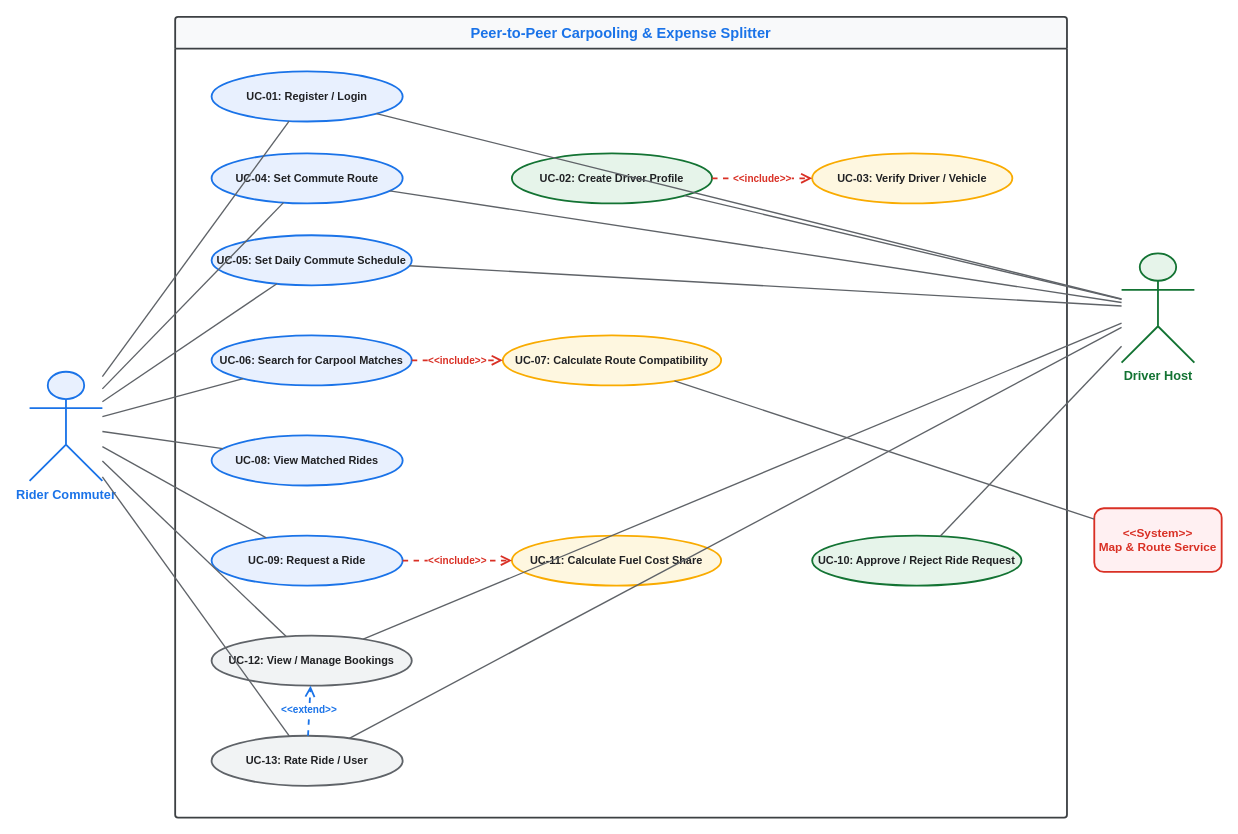
Earlier version of the draw.io diagram Lab1/use-case-diagram.drawio (saathviksp/SE-Labs-PES1UG24CS394). Source tidied: cells renumbered, new cells numbered last; positions are measured from the earlier drawing's top-left corner, leaving out a move shared by most shapes. Both pictures are drawn from the tidied source at 91%, with x=0, y=0 at pixel (29, 16).
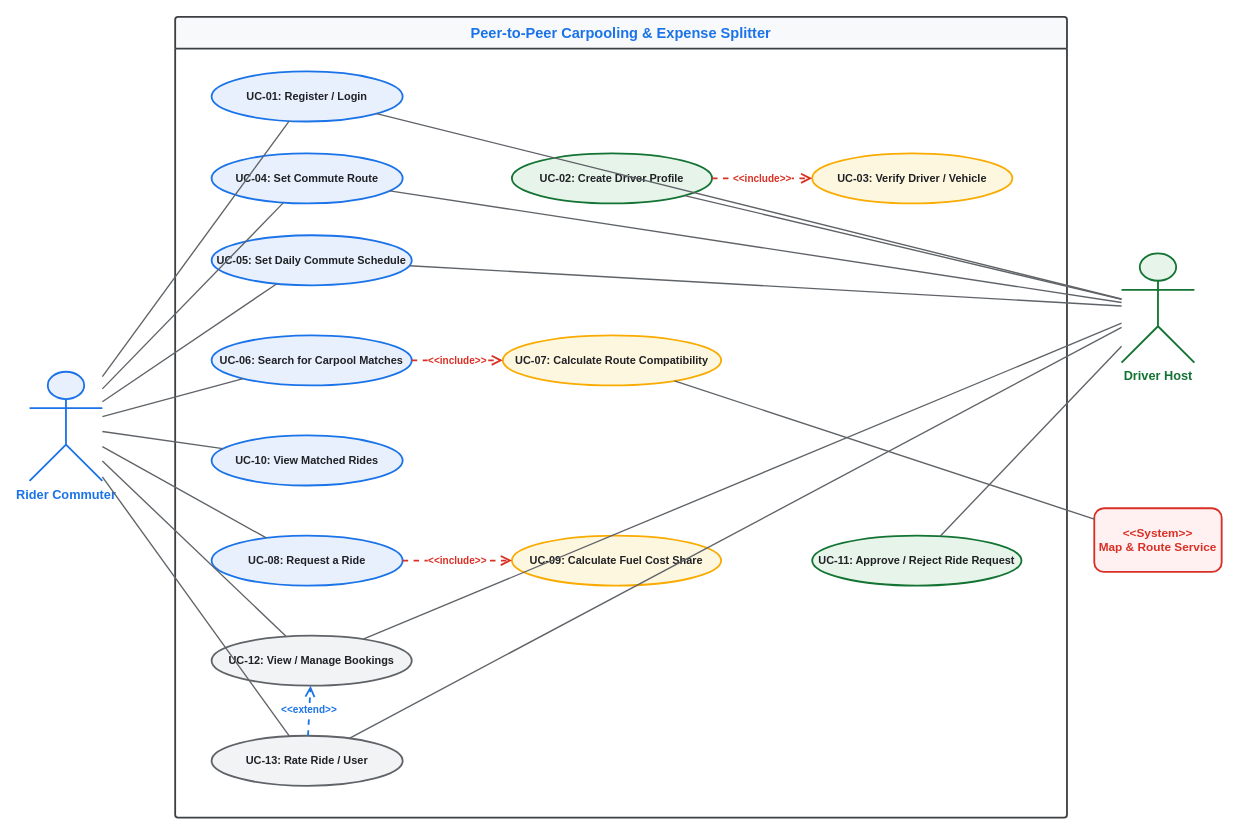
The same diagram, later.

Commit message (it also covers changes not shown here):
Align use case IDs (UC-08, UC-09, UC-07, UC-10, UC-11) across diagram, docs, and PDFs

Unchanged cells that the change refers to:
```xml
<mxCell id="2" value="Peer-to-Peer Carpooling &amp;amp; Expense Splitter" style="shape=swimlane;whiteSpace=wrap;html=1;startSize=35;horizontal=1;fillColor=#F8F9FA;strokeColor=#3C4043;strokeWidth=2;fontColor=#1A73E8;fontStyle=1;fontSize=16;swimlaneFillColor=#FFFFFF;rounded=1;arcSize=3;" parent="1" vertex="1">
  <mxGeometry x="160" width="980" height="880" as="geometry" />
</mxCell>
```

What changed in the source:
```diff
@@
-    <mxCell id="10" value="UC-08: View Matched Rides" style="ellipse;whiteSpace=wrap;html=1;strokeWidth=2;fontSize=12;fontStyle=1;fontColor=#202124;fillColor=#E8F0FE;strokeColor=#1A73E8;" parent="2" vertex="1">
+    <mxCell id="10" value="UC-10: View Matched Rides" style="ellipse;whiteSpace=wrap;html=1;strokeWidth=2;fontSize=12;fontStyle=1;fontColor=#202124;fillColor=#E8F0FE;strokeColor=#1A73E8;" parent="2" vertex="1">
       <mxGeometry x="40" y="460" width="210" height="55" as="geometry" />
     </mxCell>
-    <mxCell id="11" value="UC-09: Request a Ride" style="ellipse;whiteSpace=wrap;html=1;strokeWidth=2;fontSize=12;fontStyle=1;fontColor=#202124;fillColor=#E8F0FE;strokeColor=#1A73E8;" parent="2" vertex="1">
+    <mxCell id="11" value="UC-08: Request a Ride" style="ellipse;whiteSpace=wrap;html=1;strokeWidth=2;fontSize=12;fontStyle=1;fontColor=#202124;fillColor=#E8F0FE;strokeColor=#1A73E8;" parent="2" vertex="1">
       <mxGeometry x="40" y="570" width="210" height="55" as="geometry" />
     </mxCell>
@@
-    <mxCell id="17" value="UC-11: Calculate Fuel Cost Share" style="ellipse;whiteSpace=wrap;html=1;strokeWidth=2;fontSize=12;fontStyle=1;fontColor=#202124;fillColor=#FEF7E0;strokeColor=#F9AB00;" parent="2" vertex="1">
+    <mxCell id="17" value="UC-09: Calculate Fuel Cost Share" style="ellipse;whiteSpace=wrap;html=1;strokeWidth=2;fontSize=12;fontStyle=1;fontColor=#202124;fillColor=#FEF7E0;strokeColor=#F9AB00;" parent="2" vertex="1">
       <mxGeometry x="370" y="570" width="230" height="55" as="geometry" />
     </mxCell>
-    <mxCell id="18" value="UC-10: Approve / Reject Ride Request" style="ellipse;whiteSpace=wrap;html=1;strokeWidth=2;fontSize=12;fontStyle=1;fontColor=#202124;fillColor=#E6F4EA;strokeColor=#137333;" parent="2" vertex="1">
+    <mxCell id="18" value="UC-11: Approve / Reject Ride Request" style="ellipse;whiteSpace=wrap;html=1;strokeWidth=2;fontSize=12;fontStyle=1;fontColor=#202124;fillColor=#E6F4EA;strokeColor=#137333;" parent="2" vertex="1">
       <mxGeometry x="700" y="570" width="230" height="55" as="geometry" />
     </mxCell>
```
